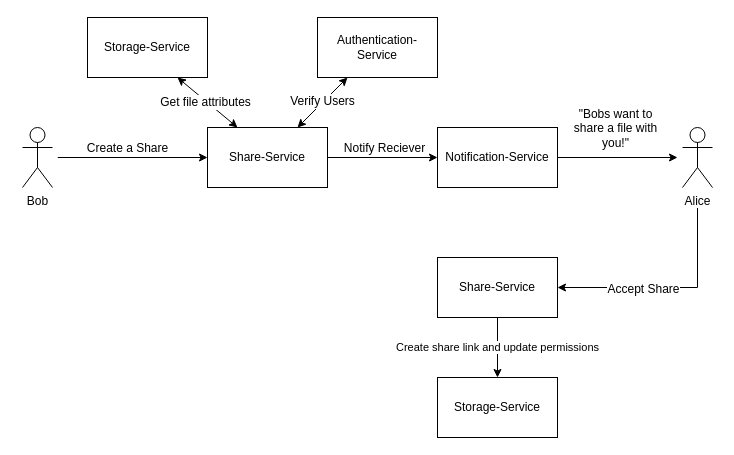
Above: share-service/wiki/CreateAndAcceptShare.drawio in SDU-eScience/UCloud (draw.io), before the change. Source tidied: cells renumbered, new cells numbered last; positions are measured from the earlier drawing's top-left corner, leaving out a move shared by most shapes. Both pictures are drawn from the tidied source at 100%, with x=0, y=0 at pixel (17, 17).
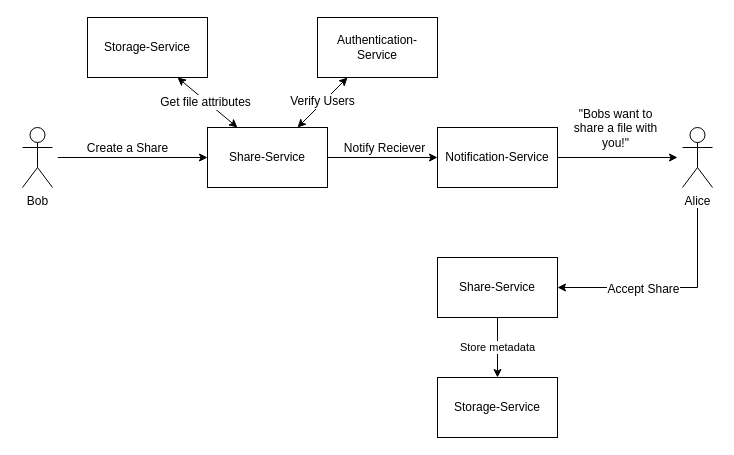
The same diagram, later.

The change refers to these unchanged cells:
```xml
<mxCell id="24" value="&lt;div&gt;Share-Service&lt;/div&gt;" style="rounded=0;whiteSpace=wrap;html=1;" parent="1" vertex="1">
  <mxGeometry x="420" y="240" width="120" height="60" as="geometry" />
</mxCell>
<mxCell id="25" value="&lt;div&gt;Storage-Service&lt;/div&gt;" style="rounded=0;whiteSpace=wrap;html=1;" parent="1" vertex="1">
  <mxGeometry x="420" y="360" width="120" height="60" as="geometry" />
</mxCell>
```

Diff of the diagram source:
```diff
@@
-    <mxCell id="23" value="Create share link and update permissions" style="edgeStyle=orthogonalEdgeStyle;rounded=0;jettySize=auto;html=1;exitX=0.5;exitY=1;exitDx=0;exitDy=0;entryX=0.5;entryY=0;entryDx=0;entryDy=0;" parent="1" edge="1" source="24" target="25">
+    <mxCell id="23" value="Store metadata" style="edgeStyle=orthogonalEdgeStyle;rounded=0;jettySize=auto;html=1;exitX=0.5;exitY=1;exitDx=0;exitDy=0;entryX=0.5;entryY=0;entryDx=0;entryDy=0;" parent="1" edge="1" source="24" target="25">
       <mxGeometry relative="1" as="geometry" />
     </mxCell>
```
